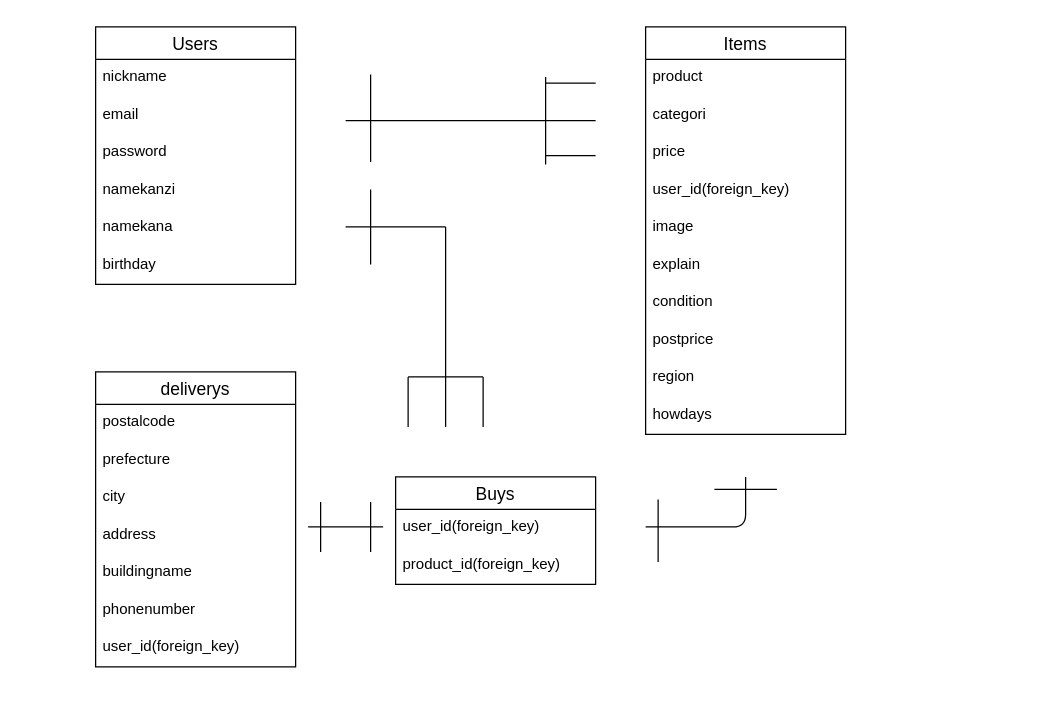
The draw.io diagram furima.dio in jaykim3217/furima-37818, before the edit. Source tidied: cells renumbered, new cells numbered last; positions are measured from the earlier drawing's top-left corner, leaving out a move shared by most shapes. Both pictures are drawn from the tidied source at 125%, with x=0, y=0 at pixel (95, 26).
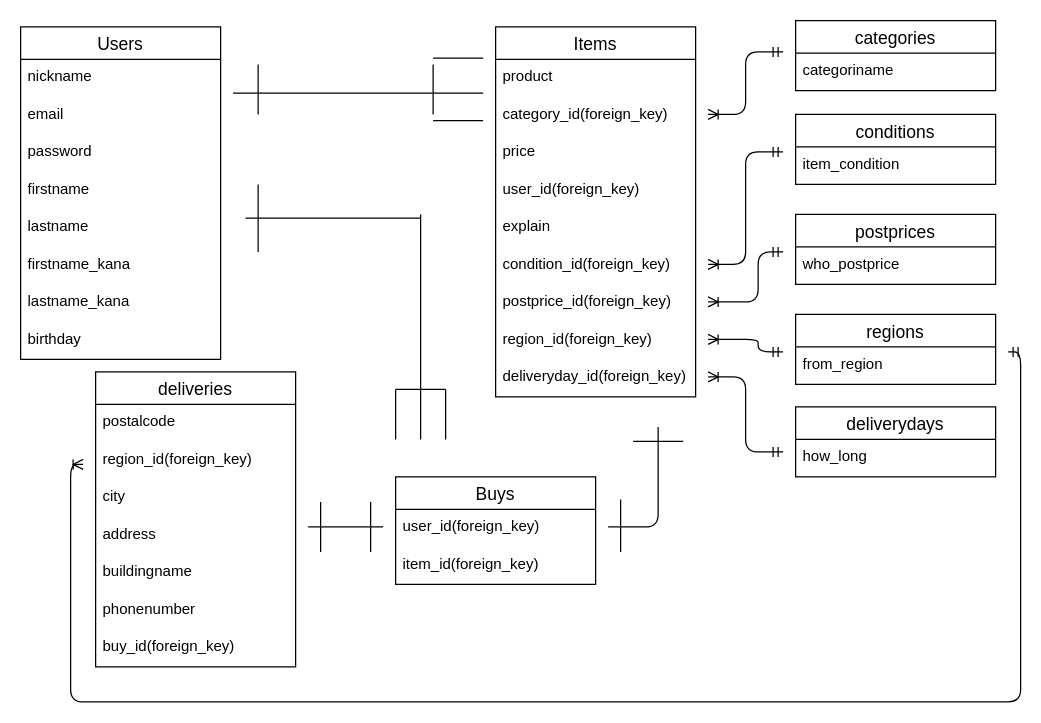
The same diagram, later.

The change refers to these unchanged cells:
```xml
<mxCell id="20" value="Buys" style="swimlane;fontStyle=0;horizontal=1;startSize=26;align=center;fontSize=14;" parent="1" vertex="1">
  <mxGeometry x="240" y="360" width="160" height="86" as="geometry" />
</mxCell>
```

The edit, as a diff of the source:
```diff
@@
     <mxCell id="2" value="Users" style="swimlane;fontStyle=0;horizontal=1;startSize=26;align=center;fontSize=14;" parent="1" vertex="1">
-      <mxGeometry width="160" height="206" as="geometry" />
+      <mxGeometry x="-60" width="160" height="266" as="geometry" />
     </mxCell>
@@
-    <mxCell id="6" value="namekanzi" style="text;strokeColor=none;fillColor=none;spacingLeft=4;spacingRight=4;overflow=hidden;fontSize=12;" parent="2" vertex="1">
+    <mxCell id="6" value="firstname  " style="text;strokeColor=none;fillColor=none;spacingLeft=4;spacingRight=4;overflow=hidden;fontSize=12;" parent="2" vertex="1">
       <mxGeometry y="116" width="160" height="30" as="geometry" />
     </mxCell>
-    <mxCell id="7" value="namekana" style="text;strokeColor=none;fillColor=none;spacingLeft=4;spacingRight=4;overflow=hidden;fontSize=12;" parent="2" vertex="1">
+    <mxCell id="7" value="lastname" style="text;strokeColor=none;fillColor=none;spacingLeft=4;spacingRight=4;overflow=hidden;fontSize=12;" parent="2" vertex="1">
       <mxGeometry y="146" width="160" height="30" as="geometry" />
     </mxCell>
+    <mxCell id="48" value="firstname_kana" style="text;strokeColor=none;fillColor=none;spacingLeft=4;spacingRight=4;overflow=hidden;fontSize=12;" parent="2" vertex="1">
+      <mxGeometry y="176" width="160" height="30" as="geometry" />
+    </mxCell>
+    <mxCell id="49" value="lastname_kana" style="text;strokeColor=none;fillColor=none;spacingLeft=4;spacingRight=4;overflow=hidden;fontSize=12;" parent="2" vertex="1">
+      <mxGeometry y="206" width="160" height="30" as="geometry" />
+    </mxCell>
     <mxCell id="8" value="birthday" style="text;strokeColor=none;fillColor=none;spacingLeft=4;spacingRight=4;overflow=hidden;fontSize=12;" parent="2" vertex="1">
-      <mxGeometry y="176" width="160" height="30" as="geometry" />
+      <mxGeometry y="236" width="160" height="30" as="geometry" />
     </mxCell>
     <mxCell id="9" value="Items" style="swimlane;fontStyle=0;horizontal=1;startSize=26;align=center;fontSize=14;" parent="1" vertex="1">
-      <mxGeometry x="440" width="160" height="326" as="geometry" />
+      <mxGeometry x="320" width="160" height="296" as="geometry" />
     </mxCell>
@@
-    <mxCell id="11" value="categori" style="text;strokeColor=none;fillColor=none;spacingLeft=4;spacingRight=4;overflow=hidden;fontSize=12;" parent="9" vertex="1">
+    <mxCell id="11" value="category_id(foreign_key)" style="text;strokeColor=none;fillColor=none;spacingLeft=4;spacingRight=4;overflow=hidden;fontSize=12;" parent="9" vertex="1">
       <mxGeometry y="56" width="160" height="30" as="geometry" />
     </mxCell>
@@
-    <mxCell id="14" value="image" style="text;strokeColor=none;fillColor=none;spacingLeft=4;spacingRight=4;overflow=hidden;fontSize=12;" parent="9" vertex="1">
-      <mxGeometry y="146" width="160" height="30" as="geometry" />
-    </mxCell>
     <mxCell id="15" value="explain" style="text;strokeColor=none;fillColor=none;spacingLeft=4;spacingRight=4;overflow=hidden;fontSize=12;" parent="9" vertex="1">
-      <mxGeometry y="176" width="160" height="30" as="geometry" />
+      <mxGeometry y="146" width="160" height="30" as="geometry" />
     </mxCell>
-    <mxCell id="16" value="condition" style="text;strokeColor=none;fillColor=none;spacingLeft=4;spacingRight=4;overflow=hidden;fontSize=12;" parent="9" vertex="1">
-      <mxGeometry y="206" width="160" height="30" as="geometry" />
+    <mxCell id="16" value="condition_id(foreign_key)" style="text;strokeColor=none;fillColor=none;spacingLeft=4;spacingRight=4;overflow=hidden;fontSize=12;" parent="9" vertex="1">
+      <mxGeometry y="176" width="160" height="30" as="geometry" />
     </mxCell>
-    <mxCell id="17" value="postprice" style="text;strokeColor=none;fillColor=none;spacingLeft=4;spacingRight=4;overflow=hidden;fontSize=12;" parent="9" vertex="1">
-      <mxGeometry y="236" width="160" height="30" as="geometry" />
+    <mxCell id="17" value="postprice_id(foreign_key)" style="text;strokeColor=none;fillColor=none;spacingLeft=4;spacingRight=4;overflow=hidden;fontSize=12;" parent="9" vertex="1">
+      <mxGeometry y="206" width="160" height="30" as="geometry" />
     </mxCell>
-    <mxCell id="18" value="region" style="text;strokeColor=none;fillColor=none;spacingLeft=4;spacingRight=4;overflow=hidden;fontSize=12;" parent="9" vertex="1">
-      <mxGeometry y="266" width="160" height="30" as="geometry" />
+    <mxCell id="18" value="region_id(foreign_key)" style="text;strokeColor=none;fillColor=none;spacingLeft=4;spacingRight=4;overflow=hidden;fontSize=12;" parent="9" vertex="1">
+      <mxGeometry y="236" width="160" height="30" as="geometry" />
     </mxCell>
-    <mxCell id="19" value="howdays" style="text;strokeColor=none;fillColor=none;spacingLeft=4;spacingRight=4;overflow=hidden;fontSize=12;" parent="9" vertex="1">
-      <mxGeometry y="296" width="160" height="30" as="geometry" />
+    <mxCell id="19" value="deliveryday_id(foreign_key)" style="text;strokeColor=none;fillColor=none;spacingLeft=4;spacingRight=4;overflow=hidden;fontSize=12;" parent="9" vertex="1">
+      <mxGeometry y="266" width="160" height="30" as="geometry" />
     </mxCell>
@@
-    <mxCell id="22" value="product_id(foreign_key)" style="text;strokeColor=none;fillColor=none;spacingLeft=4;spacingRight=4;overflow=hidden;fontSize=12;" parent="20" vertex="1">
+    <mxCell id="22" value="item_id(foreign_key)" style="text;strokeColor=none;fillColor=none;spacingLeft=4;spacingRight=4;overflow=hidden;fontSize=12;" parent="20" vertex="1">
       <mxGeometry y="56" width="160" height="30" as="geometry" />
     </mxCell>
-    <mxCell id="23" value="deliverys" style="swimlane;fontStyle=0;horizontal=1;startSize=26;align=center;fontSize=14;" parent="1" vertex="1">
+    <mxCell id="23" value="deliveries" style="swimlane;fontStyle=0;horizontal=1;startSize=26;align=center;fontSize=14;" parent="1" vertex="1">
       <mxGeometry y="276" width="160" height="236" as="geometry" />
     </mxCell>
@@
-    <mxCell id="25" value="prefecture" style="text;strokeColor=none;fillColor=none;spacingLeft=4;spacingRight=4;overflow=hidden;fontSize=12;" parent="23" vertex="1">
+    <mxCell id="25" value="region_id(foreign_key)" style="text;strokeColor=none;fillColor=none;spacingLeft=4;spacingRight=4;overflow=hidden;fontSize=12;" parent="23" vertex="1">
       <mxGeometry y="56" width="160" height="30" as="geometry" />
     </mxCell>
@@
-    <mxCell id="30" value="user_id(foreign_key)" style="text;strokeColor=none;fillColor=none;spacingLeft=4;spacingRight=4;overflow=hidden;fontSize=12;" parent="23" vertex="1">
+    <mxCell id="30" value="buy_id(foreign_key)" style="text;strokeColor=none;fillColor=none;spacingLeft=4;spacingRight=4;overflow=hidden;fontSize=12;" parent="23" vertex="1">
       <mxGeometry y="206" width="160" height="30" as="geometry" />
     </mxCell>
     <mxCell id="31" style="line;strokeWidth=1;dashed=0;labelPosition=right;align=left;verticalAlign=middle;spacingTop=0;spacingLeft=6;" parent="1" vertex="1">
-      <mxGeometry x="200" y="70" width="200" height="10" as="geometry" />
+      <mxGeometry x="110" y="48" width="200" height="10" as="geometry" />
     </mxCell>
     <mxCell id="32" style="line;strokeWidth=1;dashed=0;labelPosition=right;align=left;verticalAlign=middle;spacingTop=0;spacingLeft=6;" parent="1" vertex="1">
-      <mxGeometry x="360" y="40" width="40" height="10" as="geometry" />
+      <mxGeometry x="270" y="20" width="40" height="10" as="geometry" />
     </mxCell>
     <mxCell id="33" style="line;strokeWidth=1;dashed=0;labelPosition=right;align=left;verticalAlign=middle;spacingTop=0;spacingLeft=6;" parent="1" vertex="1">
-      <mxGeometry x="360" y="98" width="40" height="10" as="geometry" />
+      <mxGeometry x="270" y="70" width="40" height="10" as="geometry" />
     </mxCell>
     <mxCell id="34" style="endArrow=none;html=1;" parent="1" edge="1">
       <mxGeometry relative="1" as="geometry">
-        <mxPoint x="360" y="110" as="sourcePoint" />
-        <mxPoint x="360" y="40" as="targetPoint" />
+        <mxPoint x="270" y="70" as="sourcePoint" />
+        <mxPoint x="270" y="30" as="targetPoint" />
       </mxGeometry>
     </mxCell>
     <mxCell id="35" style="endArrow=none;html=1;" parent="1" edge="1">
       <mxGeometry relative="1" as="geometry">
-        <mxPoint x="220" y="108" as="sourcePoint" />
-        <mxPoint x="220" y="38" as="targetPoint" />
+        <mxPoint x="130" y="70" as="sourcePoint" />
+        <mxPoint x="130" y="30" as="targetPoint" />
       </mxGeometry>
     </mxCell>
     <mxCell id="36" style="endArrow=none;html=1;" parent="1" edge="1">
       <mxGeometry relative="1" as="geometry">
-        <mxPoint x="200" y="160" as="sourcePoint" />
-        <mxPoint x="280" y="160" as="targetPoint" />
+        <mxPoint x="120" y="153" as="sourcePoint" />
+        <mxPoint x="260" y="153" as="targetPoint" />
       </mxGeometry>
     </mxCell>
     <mxCell id="37" style="endArrow=none;html=1;" parent="1" edge="1">
       <mxGeometry relative="1" as="geometry">
-        <mxPoint x="280" y="320" as="sourcePoint" />
-        <mxPoint x="280" y="160" as="targetPoint" />
+        <mxPoint x="260" y="330" as="sourcePoint" />
+        <mxPoint x="260" y="150" as="targetPoint" />
       </mxGeometry>
     </mxCell>
     <mxCell id="38" style="endArrow=none;html=1;" parent="1" edge="1">
       <mxGeometry relative="1" as="geometry">
-        <mxPoint x="310" y="320" as="sourcePoint" />
-        <mxPoint x="310" y="280" as="targetPoint" />
+        <mxPoint x="280" y="330" as="sourcePoint" />
+        <mxPoint x="280" y="290" as="targetPoint" />
       </mxGeometry>
     </mxCell>
     <mxCell id="39" style="endArrow=none;html=1;" parent="1" edge="1">
       <mxGeometry relative="1" as="geometry">
-        <mxPoint x="250" y="320" as="sourcePoint" />
-        <mxPoint x="250" y="280" as="targetPoint" />
+        <mxPoint x="240" y="330" as="sourcePoint" />
+        <mxPoint x="240" y="290" as="targetPoint" />
       </mxGeometry>
     </mxCell>
     <mxCell id="40" style="endArrow=none;html=1;" parent="1" edge="1">
       <mxGeometry relative="1" as="geometry">
-        <mxPoint x="250" y="280" as="sourcePoint" />
-        <mxPoint x="310" y="280" as="targetPoint" />
+        <mxPoint x="240" y="290" as="sourcePoint" />
+        <mxPoint x="280" y="290" as="targetPoint" />
       </mxGeometry>
     </mxCell>
     <mxCell id="41" style="endArrow=none;html=1;" parent="1" edge="1">
       <mxGeometry relative="1" as="geometry">
-        <mxPoint x="220" y="130" as="sourcePoint" />
-        <mxPoint x="220" y="190" as="targetPoint" />
+        <mxPoint x="130" y="126" as="sourcePoint" />
+        <mxPoint x="130" y="180" as="targetPoint" />
       </mxGeometry>
     </mxCell>
     <mxCell id="42" style="endArrow=none;html=1;" parent="1" edge="1">
       <mxGeometry relative="1" as="geometry">
-        <mxPoint x="440" y="400" as="sourcePoint" />
-        <mxPoint x="520" y="360" as="targetPoint" />
+        <mxPoint x="410" y="400" as="sourcePoint" />
+        <mxPoint x="450" y="320" as="targetPoint" />
         <Array as="points">
-          <mxPoint x="520" y="400" />
+          <mxPoint x="450" y="400" />
         </Array>
       </mxGeometry>
     </mxCell>
-    <mxCell id="43" style="endArrow=none;html=1;" parent="1" edge="1">
-      <mxGeometry relative="1" as="geometry">
-        <mxPoint x="495" y="370" as="sourcePoint" />
-        <mxPoint x="545" y="370" as="targetPoint" />
-      </mxGeometry>
-    </mxCell>
     <mxCell id="44" style="endArrow=none;html=1;" parent="1" edge="1">
       <mxGeometry relative="1" as="geometry">
-        <mxPoint x="450" y="378" as="sourcePoint" />
-        <mxPoint x="450" y="428" as="targetPoint" />
+        <mxPoint x="420" y="378" as="sourcePoint" />
+        <mxPoint x="420" y="420" as="targetPoint" />
       </mxGeometry>
     </mxCell>
@@
+    <mxCell id="50" value="categories" style="swimlane;fontStyle=0;horizontal=1;startSize=26;align=center;fontSize=14;" parent="1" vertex="1">
+      <mxGeometry x="560" y="-5" width="160" height="56" as="geometry" />
+    </mxCell>
+    <mxCell id="51" value="categoriname" style="text;strokeColor=none;fillColor=none;spacingLeft=4;spacingRight=4;overflow=hidden;fontSize=12;" parent="50" vertex="1">
+      <mxGeometry y="26" width="160" height="30" as="geometry" />
+    </mxCell>
+    <mxCell id="52" value="conditions" style="swimlane;fontStyle=0;horizontal=1;startSize=26;align=center;fontSize=14;" parent="1" vertex="1">
+      <mxGeometry x="560" y="70" width="160" height="56" as="geometry" />
+    </mxCell>
+    <mxCell id="53" value="item_condition" style="text;strokeColor=none;fillColor=none;spacingLeft=4;spacingRight=4;overflow=hidden;fontSize=12;" parent="52" vertex="1">
+      <mxGeometry y="26" width="160" height="30" as="geometry" />
+    </mxCell>
+    <mxCell id="54" value="postprices" style="swimlane;fontStyle=0;horizontal=1;startSize=26;align=center;fontSize=14;" parent="1" vertex="1">
+      <mxGeometry x="560" y="150" width="160" height="56" as="geometry" />
+    </mxCell>
+    <mxCell id="55" value="who_postprice" style="text;strokeColor=none;fillColor=none;spacingLeft=4;spacingRight=4;overflow=hidden;fontSize=12;" parent="54" vertex="1">
+      <mxGeometry y="26" width="160" height="30" as="geometry" />
+    </mxCell>
+    <mxCell id="56" value="regions" style="swimlane;fontStyle=0;horizontal=1;startSize=26;align=center;fontSize=14;" parent="1" vertex="1">
+      <mxGeometry x="560" y="230" width="160" height="56" as="geometry" />
+    </mxCell>
+    <mxCell id="57" value="from_region" style="text;strokeColor=none;fillColor=none;spacingLeft=4;spacingRight=4;overflow=hidden;fontSize=12;" parent="56" vertex="1">
+      <mxGeometry y="26" width="160" height="30" as="geometry" />
+    </mxCell>
+    <mxCell id="58" value="deliverydays" style="swimlane;fontStyle=0;horizontal=1;startSize=26;align=center;fontSize=14;" parent="1" vertex="1">
+      <mxGeometry x="560" y="304" width="160" height="56" as="geometry" />
+    </mxCell>
+    <mxCell id="59" value="how_long" style="text;strokeColor=none;fillColor=none;spacingLeft=4;spacingRight=4;overflow=hidden;fontSize=12;" parent="58" vertex="1">
+      <mxGeometry y="26" width="160" height="30" as="geometry" />
+    </mxCell>
+    <mxCell id="60" style="endArrow=none;html=1;rounded=0;elbow=vertical;" parent="1" edge="1">
+      <mxGeometry relative="1" as="geometry">
+        <mxPoint x="430" y="331.5" as="sourcePoint" />
+        <mxPoint x="470" y="331.5" as="targetPoint" />
+      </mxGeometry>
+    </mxCell>
+    <mxCell id="61" style="edgeStyle=orthogonalEdgeStyle;fontSize=12;html=1;endArrow=ERoneToMany;startArrow=ERmandOne;rounded=1;labelBackgroundColor=default;fontFamily=Helvetica;fontColor=default;strokeColor=default;elbow=vertical;" parent="1" edge="1">
+      <mxGeometry relative="1" as="geometry">
+        <mxPoint x="550" y="20" as="sourcePoint" />
+        <mxPoint x="490" y="70" as="targetPoint" />
+        <Array as="points">
+          <mxPoint x="520" y="20" />
+          <mxPoint x="520" y="70" />
+        </Array>
+      </mxGeometry>
+    </mxCell>
+    <mxCell id="62" style="edgeStyle=orthogonalEdgeStyle;fontSize=12;html=1;endArrow=ERoneToMany;startArrow=ERmandOne;rounded=1;labelBackgroundColor=default;fontFamily=Helvetica;fontColor=default;strokeColor=default;elbow=vertical;" parent="1" edge="1">
+      <mxGeometry relative="1" as="geometry">
+        <mxPoint x="550" y="100" as="sourcePoint" />
+        <mxPoint x="490" y="190" as="targetPoint" />
+        <Array as="points">
+          <mxPoint x="520" y="100" />
+          <mxPoint x="520" y="190" />
+        </Array>
+      </mxGeometry>
+    </mxCell>
+    <mxCell id="63" style="edgeStyle=orthogonalEdgeStyle;fontSize=12;html=1;endArrow=ERoneToMany;startArrow=ERmandOne;rounded=1;labelBackgroundColor=default;fontFamily=Helvetica;fontColor=default;strokeColor=default;elbow=vertical;" parent="1" edge="1">
+      <mxGeometry relative="1" as="geometry">
+        <mxPoint x="550" y="180" as="sourcePoint" />
+        <mxPoint x="490" y="220" as="targetPoint" />
+        <Array as="points">
+          <mxPoint x="530" y="180" />
+          <mxPoint x="530" y="220" />
+        </Array>
+      </mxGeometry>
+    </mxCell>
+    <mxCell id="64" style="edgeStyle=orthogonalEdgeStyle;fontSize=12;html=1;endArrow=ERoneToMany;startArrow=ERmandOne;rounded=1;labelBackgroundColor=default;fontFamily=Helvetica;fontColor=default;strokeColor=default;elbow=vertical;" parent="1" edge="1">
+      <mxGeometry relative="1" as="geometry">
+        <mxPoint x="550" y="260" as="sourcePoint" />
+        <mxPoint x="490" y="250" as="targetPoint" />
+        <Array as="points">
+          <mxPoint x="530" y="260" />
+          <mxPoint x="530" y="250" />
+        </Array>
+      </mxGeometry>
+    </mxCell>
+    <mxCell id="65" style="edgeStyle=orthogonalEdgeStyle;fontSize=12;html=1;endArrow=ERoneToMany;startArrow=ERmandOne;rounded=1;labelBackgroundColor=default;fontFamily=Helvetica;fontColor=default;strokeColor=default;elbow=vertical;" parent="1" edge="1">
+      <mxGeometry relative="1" as="geometry">
+        <mxPoint x="550" y="340" as="sourcePoint" />
+        <mxPoint x="490" y="280" as="targetPoint" />
+        <Array as="points">
+          <mxPoint x="520" y="340" />
+          <mxPoint x="520" y="280" />
+        </Array>
+      </mxGeometry>
+    </mxCell>
+    <mxCell id="66" style="edgeStyle=orthogonalEdgeStyle;fontSize=12;html=1;endArrow=ERoneToMany;startArrow=ERmandOne;rounded=1;labelBackgroundColor=default;fontFamily=Helvetica;fontColor=default;strokeColor=default;elbow=vertical;" parent="1" edge="1">
+      <mxGeometry relative="1" as="geometry">
+        <mxPoint x="730" y="260" as="sourcePoint" />
+        <mxPoint x="-10" y="350" as="targetPoint" />
+        <Array as="points">
+          <mxPoint x="740" y="260" />
+          <mxPoint x="740" y="540" />
+          <mxPoint x="-20" y="540" />
+          <mxPoint x="-20" y="350" />
+        </Array>
+      </mxGeometry>
+    </mxCell>
```
